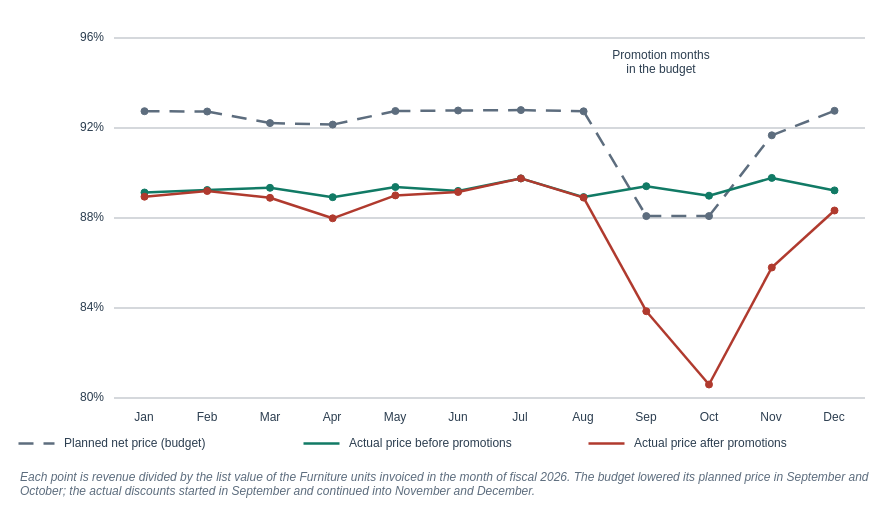
Earlier version of the draw.io diagram visuals/src/fig-07-06-furniture-price-by-month.drawio (mmcodesso/Accounting_Analytics_Book). Source tidied: cells renumbered, new cells numbered last; positions are measured from the earlier drawing's top-left corner, leaving out a move shared by most shapes. Both pictures are drawn from the tidied source at 100%, with x=0, y=0 at pixel (18, 17).
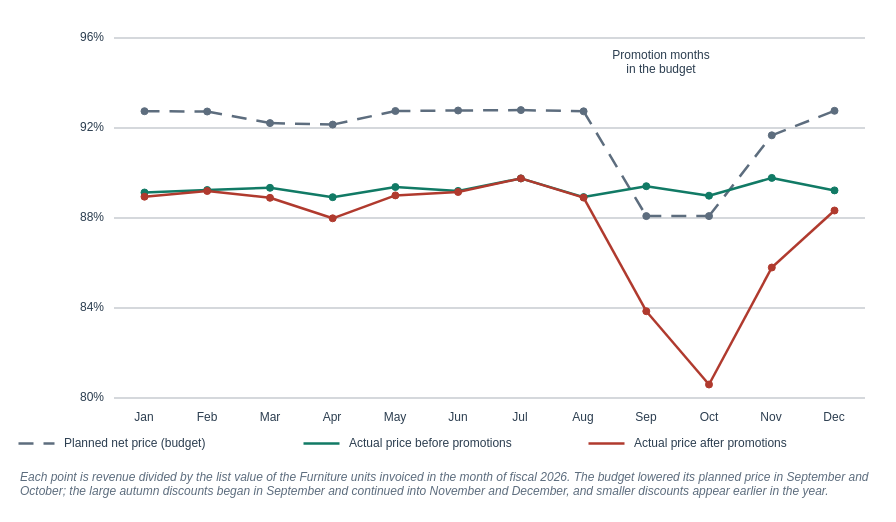
After the change.

Change to the diagram source:
```diff
@@
-    <mxCell id="101" value="&lt;i&gt;Each point is revenue divided by the list value of the Furniture units invoiced in the month of fiscal 2026. The budget lowered its planned price in September and October; the actual discounts started in September and continued into November and December.&lt;/i&gt;" style="text;html=1;whiteSpace=wrap;align=left;verticalAlign=top;fontSize=12;fontColor=#5D6D7E;fontStyle=0;fontFamily=Helvetica;spacing=2;fillColor=none;strokeColor=none;" parent="1" vertex="1">
+    <mxCell id="101" value="&lt;i&gt;Each point is revenue divided by the list value of the Furniture units invoiced in the month of fiscal 2026. The budget lowered its planned price in September and October; the large autumn discounts began in September and continued into November and December, and smaller discounts appear earlier in the year.&lt;/i&gt;" style="text;html=1;whiteSpace=wrap;align=left;verticalAlign=top;fontSize=12;fontColor=#5D6D7E;fontStyle=0;fontFamily=Helvetica;spacing=2;fillColor=none;strokeColor=none;" parent="1" vertex="1">
       <mxGeometry y="446" width="860" height="40" as="geometry" />
     </mxCell>
```
